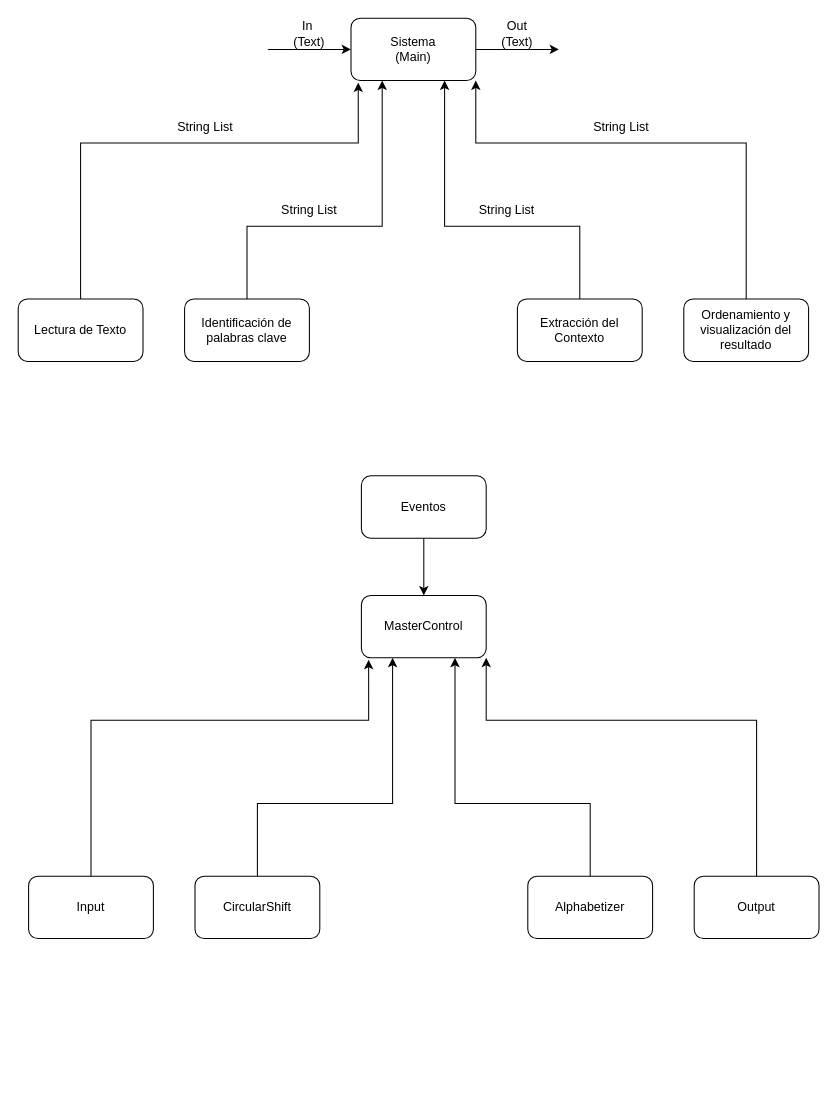
Oscarfdo/Proyectos-Conjuntos keeps this draw.io diagram as Diagramas/Implicit Invocation.drawio. Above is the earlier version. Source tidied: cells renumbered, new cells numbered last; positions are measured from the earlier drawing's top-left corner, leaving out a move shared by most shapes. Both pictures are drawn from the tidied source at 104%, with x=0, y=0 at pixel (18, 18).
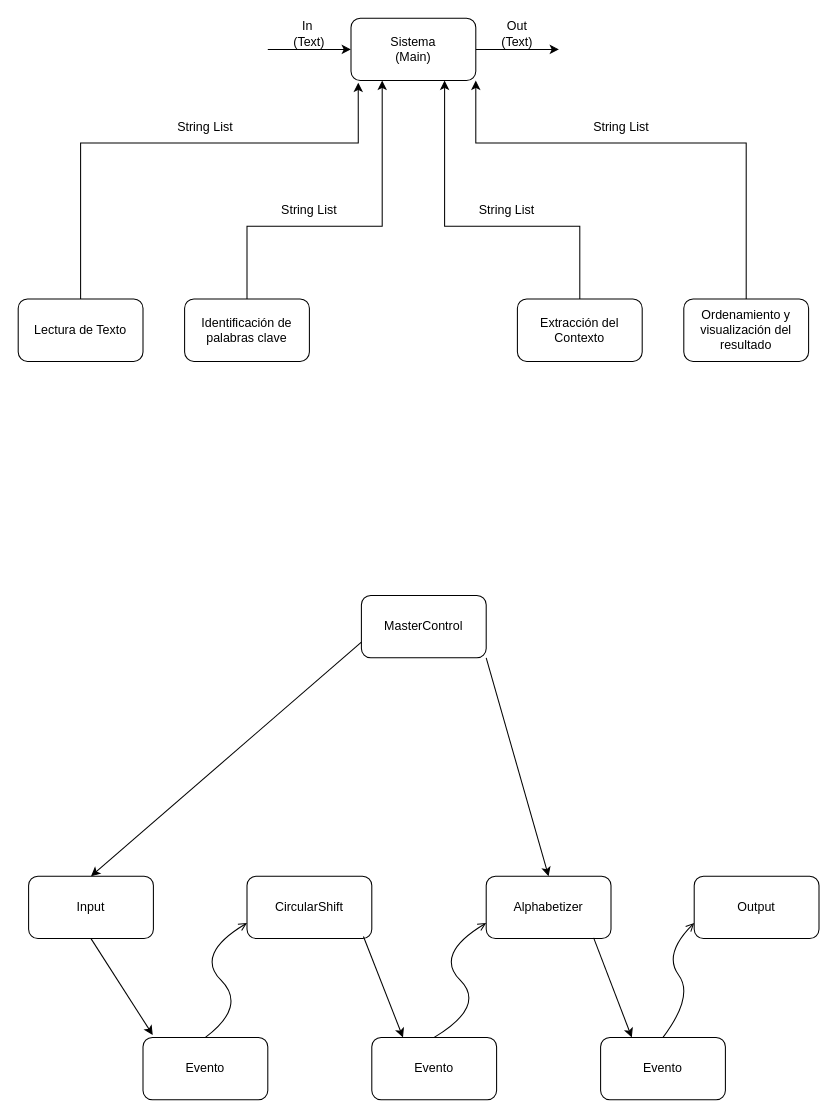
Above is the later version.

Commit message:
Update diagram layout and connections in Implicit Invocation

The change refers to these unchanged cells:
```xml
<mxCell id="20" value="Input" style="rounded=1;whiteSpace=wrap;html=1;" parent="1" vertex="1">
  <mxGeometry x="10" y="825" width="120" height="60" as="geometry" />
</mxCell>
<mxCell id="26" value="Output" style="rounded=1;whiteSpace=wrap;html=1;" parent="1" vertex="1">
  <mxGeometry x="650" y="825" width="120" height="60" as="geometry" />
</mxCell>
<mxCell id="27" value="MasterControl" style="rounded=1;whiteSpace=wrap;html=1;" parent="1" vertex="1">
  <mxGeometry x="330" y="555" width="120" height="60" as="geometry" />
</mxCell>
```

The edit, as a diff of the source:
```diff
@@
-    <mxCell id="19" style="edgeStyle=orthogonalEdgeStyle;rounded=0;jettySize=auto;html=1;entryX=0.058;entryY=1.033;entryDx=0;entryDy=0;entryPerimeter=0;exitX=0.5;exitY=0;exitDx=0;exitDy=0;" parent="1" edge="1" source="20" target="27">
-      <mxGeometry relative="1" as="geometry">
-        <Array as="points">
-          <mxPoint x="70" y="675" />
-          <mxPoint x="337" y="675" />
-        </Array>
-      </mxGeometry>
-    </mxCell>
@@
-    <mxCell id="21" style="edgeStyle=orthogonalEdgeStyle;rounded=0;jettySize=auto;html=1;exitX=0.5;exitY=0;exitDx=0;exitDy=0;entryX=0.25;entryY=1;entryDx=0;entryDy=0;" parent="1" edge="1" source="22" target="27">
-      <mxGeometry relative="1" as="geometry">
-        <Array as="points">
-          <mxPoint x="230" y="755" />
-          <mxPoint x="360" y="755" />
-        </Array>
-      </mxGeometry>
-    </mxCell>
     <mxCell id="22" value="CircularShift" style="rounded=1;whiteSpace=wrap;html=1;" parent="1" vertex="1">
-      <mxGeometry x="170" y="825" width="120" height="60" as="geometry" />
+      <mxGeometry x="220" y="825" width="120" height="60" as="geometry" />
     </mxCell>
-    <mxCell id="23" style="edgeStyle=orthogonalEdgeStyle;rounded=0;jettySize=auto;html=1;exitX=0.5;exitY=0;exitDx=0;exitDy=0;entryX=0.75;entryY=1;entryDx=0;entryDy=0;" parent="1" edge="1" source="24" target="27">
-      <mxGeometry relative="1" as="geometry">
-        <Array as="points">
-          <mxPoint x="550" y="755" />
-          <mxPoint x="420" y="755" />
-        </Array>
-      </mxGeometry>
-    </mxCell>
     <mxCell id="24" value="Alphabetizer" style="rounded=1;whiteSpace=wrap;html=1;" parent="1" vertex="1">
-      <mxGeometry x="490" y="825" width="120" height="60" as="geometry" />
+      <mxGeometry x="450" y="825" width="120" height="60" as="geometry" />
     </mxCell>
-    <mxCell id="25" style="edgeStyle=orthogonalEdgeStyle;rounded=0;jettySize=auto;html=1;exitX=0.5;exitY=0;exitDx=0;exitDy=0;entryX=1;entryY=1;entryDx=0;entryDy=0;" parent="1" edge="1" source="26" target="27">
-      <mxGeometry relative="1" as="geometry">
-        <Array as="points">
-          <mxPoint x="710" y="675" />
-          <mxPoint x="450" y="675" />
-        </Array>
-      </mxGeometry>
-    </mxCell>
@@
-    <mxCell id="28" style="edgeStyle=none;html=1;" parent="1" edge="1" source="29" target="27">
-      <mxGeometry relative="1" as="geometry" />
-    </mxCell>
-    <mxCell id="29" value="Eventos" style="rounded=1;whiteSpace=wrap;html=1;" parent="1" vertex="1">
-      <mxGeometry x="330" y="440" width="120" height="60" as="geometry" />
-    </mxCell>
+    <mxCell id="30" style="endArrow=classic;html=1;exitX=0;exitY=0.75;exitDx=0;exitDy=0;entryX=0.5;entryY=0;entryDx=0;entryDy=0;" parent="1" edge="1" source="27" target="20">
+      <mxGeometry relative="1" as="geometry" />
+    </mxCell>
+    <mxCell id="31" style="endArrow=classic;html=1;exitX=1;exitY=1;exitDx=0;exitDy=0;entryX=0.5;entryY=0;entryDx=0;entryDy=0;" parent="1" edge="1" source="27" target="24">
+      <mxGeometry relative="1" as="geometry" />
+    </mxCell>
+    <mxCell id="32" value="Evento" style="rounded=1;whiteSpace=wrap;html=1;" parent="1" vertex="1">
+      <mxGeometry x="120" y="980" width="120" height="60" as="geometry" />
+    </mxCell>
+    <mxCell id="33" style="endArrow=classic;html=1;exitX=0.5;exitY=1;exitDx=0;exitDy=0;entryX=0.078;entryY=-0.039;entryDx=0;entryDy=0;entryPerimeter=0;" parent="1" edge="1" source="20" target="32">
+      <mxGeometry relative="1" as="geometry" />
+    </mxCell>
+    <mxCell id="34" style="curved=1;endArrow=open;html=1;exitX=0.5;exitY=0;exitDx=0;exitDy=0;entryX=0;entryY=0.75;entryDx=0;entryDy=0;endFill=0;" parent="1" edge="1" source="32" target="22">
+      <mxGeometry relative="1" as="geometry">
+        <Array as="points">
+          <mxPoint x="220" y="950" />
+          <mxPoint x="170" y="900" />
+        </Array>
+      </mxGeometry>
+    </mxCell>
+    <mxCell id="35" value="Evento" style="rounded=1;whiteSpace=wrap;html=1;" parent="1" vertex="1">
+      <mxGeometry x="340" y="980" width="120" height="60" as="geometry" />
+    </mxCell>
+    <mxCell id="36" style="endArrow=classic;html=1;exitX=0.933;exitY=0.967;exitDx=0;exitDy=0;exitPerimeter=0;entryX=0.25;entryY=0;entryDx=0;entryDy=0;" parent="1" edge="1" source="22" target="35">
+      <mxGeometry relative="1" as="geometry" />
+    </mxCell>
+    <mxCell id="37" style="curved=1;endArrow=open;html=1;exitX=0.5;exitY=0;exitDx=0;exitDy=0;entryX=0;entryY=0.75;entryDx=0;entryDy=0;endFill=0;" parent="1" edge="1" source="35" target="24">
+      <mxGeometry relative="1" as="geometry">
+        <Array as="points">
+          <mxPoint x="450" y="950" />
+          <mxPoint x="400" y="900" />
+        </Array>
+      </mxGeometry>
+    </mxCell>
+    <mxCell id="38" value="Evento" style="rounded=1;whiteSpace=wrap;html=1;" parent="1" vertex="1">
+      <mxGeometry x="560" y="980" width="120" height="60" as="geometry" />
+    </mxCell>
+    <mxCell id="39" style="endArrow=classic;html=1;exitX=0.861;exitY=0.989;exitDx=0;exitDy=0;exitPerimeter=0;entryX=0.25;entryY=0;entryDx=0;entryDy=0;" parent="1" edge="1" source="24" target="38">
+      <mxGeometry relative="1" as="geometry" />
+    </mxCell>
+    <mxCell id="40" style="curved=1;endArrow=open;html=1;exitX=0.5;exitY=0;exitDx=0;exitDy=0;entryX=0;entryY=0.75;entryDx=0;entryDy=0;endFill=0;" parent="1" edge="1" source="38" target="26">
+      <mxGeometry relative="1" as="geometry">
+        <Array as="points">
+          <mxPoint x="650" y="940" />
+          <mxPoint x="620" y="900" />
+        </Array>
+      </mxGeometry>
+    </mxCell>
```
